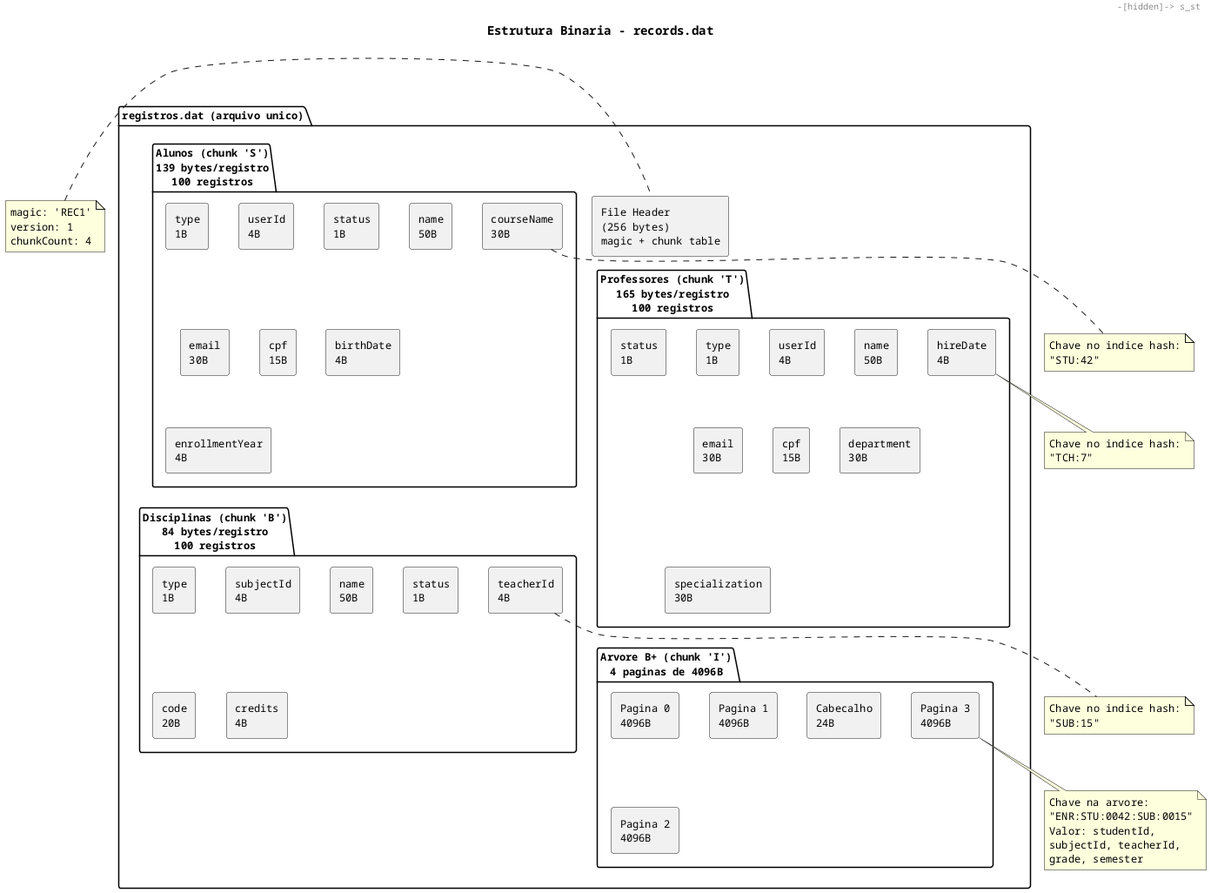
The PlantUML diagram docs/UML Diagrams/estrutura_binaria.png in tuliofh01/TP-AEDSIII, before a commit.
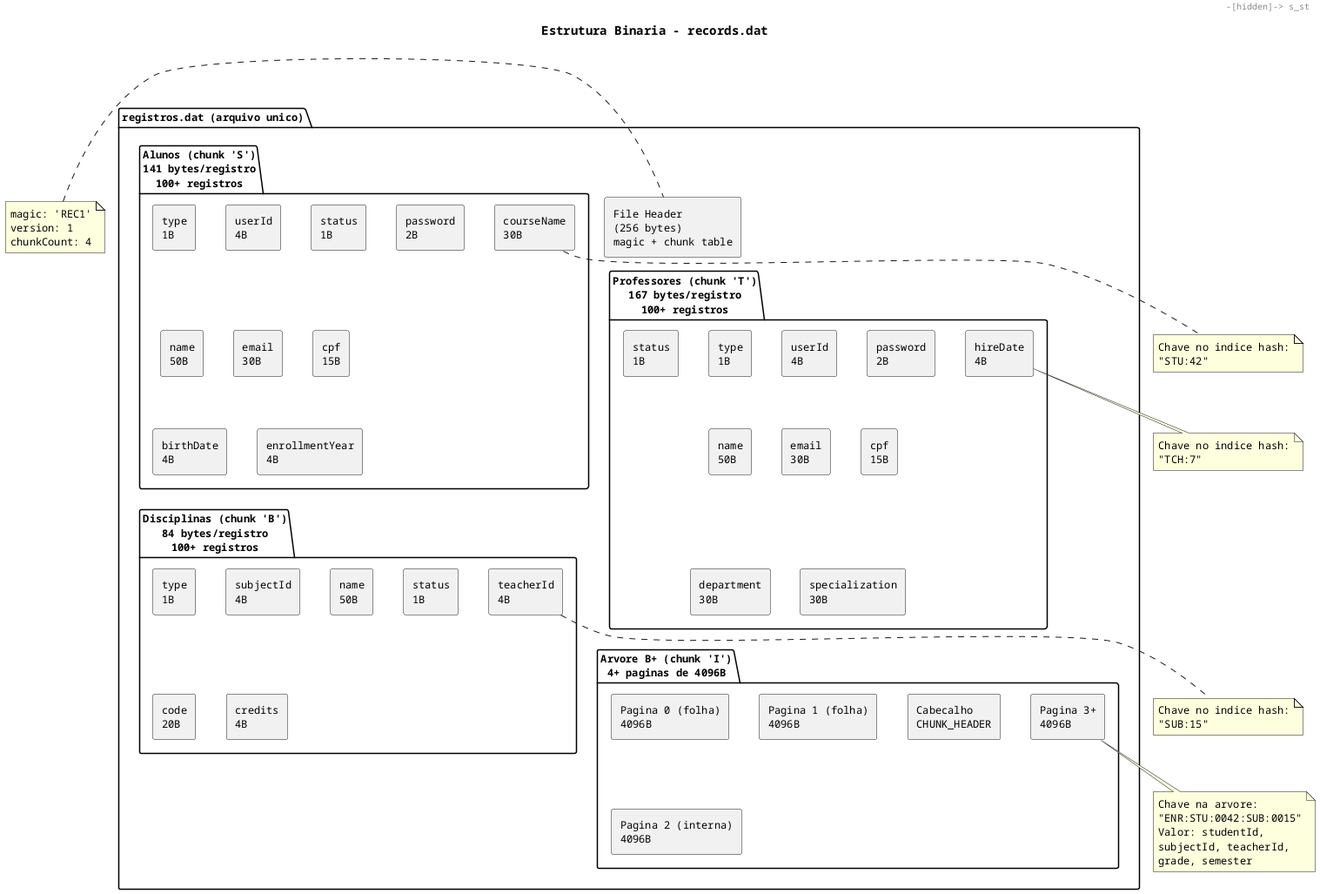
Above is the later version.

Change to the diagram source:
```diff
@@ -9,10 +9,11 @@
 package "registros.dat (arquivo unico)" {
     [File Header\n(256 bytes)\nmagic + chunk table] as header
 
-    package "Alunos (chunk 'S')\n139 bytes/registro\n100 registros" {
+        package "Alunos (chunk 'S')\n141 bytes/registro\n100+ registros" {
         [status\n1B] as s_st
         [type\n1B] as s_ty
         [userId\n4B] as s_uid
+        [password\n2B] as s_pw
         [name\n50B] as s_nm
         [email\n30B] as s_em
         [cpf\n15B] as s_cpf
@@ -21,10 +22,11 @@
         [enrollmentYear\n4B] as s_ey
     }
 
-    package "Professores (chunk 'T')\n165 bytes/registro\n100 registros" {
+    package "Professores (chunk 'T')\n167 bytes/registro\n100+ registros" {
         [status\n1B] as t_st
         [type\n1B] as t_ty
         [userId\n4B] as t_uid
+        [password\n2B] as t_pw
         [name\n50B] as t_nm
         [email\n30B] as t_em
         [cpf\n15B] as t_cpf
@@ -33,7 +35,7 @@
         [hireDate\n4B] as t_hd
     }
 
-    package "Disciplinas (chunk 'B')\n84 bytes/registro\n100 registros" {
+    package "Disciplinas (chunk 'B')\n84 bytes/registro\n100+ registros" {
         [status\n1B] as b_st
         [type\n1B] as b_ty
         [subjectId\n4B] as b_sid
@@ -43,12 +45,12 @@
         [teacherId\n4B] as b_tid
     }
 
-    package "Arvore B+ (chunk 'I')\n4 paginas de 4096B" {
-        [Cabecalho\n24B] as th
-        [Pagina 0\n4096B] as tp0
-        [Pagina 1\n4096B] as tp1
-        [Pagina 2\n4096B] as tp2
-        [Pagina 3\n4096B] as tp3
+    package "Arvore B+ (chunk 'I')\n4+ paginas de 4096B" {
+        [Cabecalho\nCHUNK_HEADER] as th
+        [Pagina 0 (folha)\n4096B] as tp0
+        [Pagina 1 (folha)\n4096B] as tp1
+        [Pagina 2 (interna)\n4096B] as tp2
+        [Pagina 3+\n4096B] as tp3
     }
 }
 
```
